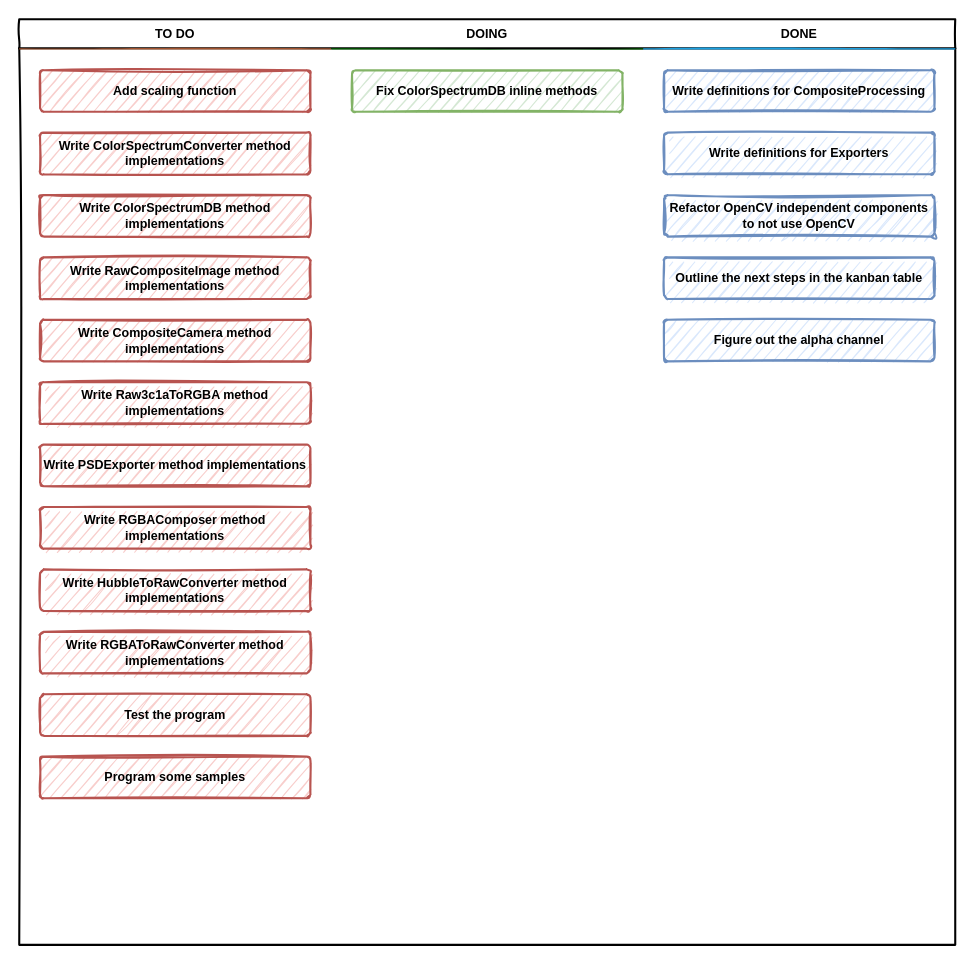
Earlier version of the draw.io diagram Docs/Kanban table.drawio (SpatiumOwl/ComplexSky-2.0). Source tidied: cells renumbered, new cells numbered last; positions are measured from the earlier drawing's top-left corner, leaving out a move shared by most shapes. Both pictures are drawn from the tidied source at 104%, with x=0, y=0 at pixel (19, 19).
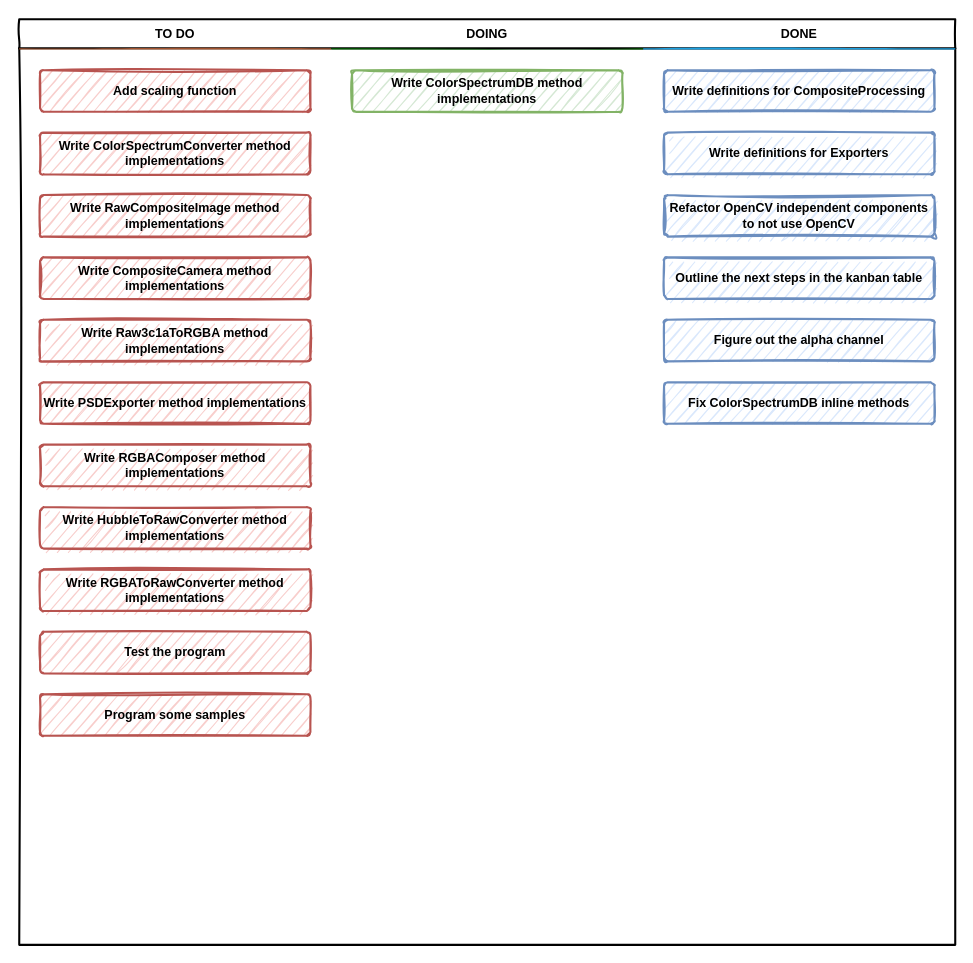
The same page after the edit.

Commit message (it also covers changes not shown here):
Added implementation for ColorSpectrumDB

The change refers to these unchanged cells:
```xml
<mxCell id="3" value="TO DO" style="swimlane;strokeWidth=2;fontFamily=Permanent Marker;html=0;startSize=1;verticalAlign=bottom;spacingBottom=5;stackBorder=20;sketch=1;strokeColor=none;fillStyle=solid;fillColor=#A0522D;" parent="2" vertex="1">
  <mxGeometry y="28" width="300" height="862" as="geometry" />
</mxCell>
<mxCell id="16" value="DOING" style="swimlane;strokeWidth=2;fontFamily=Permanent Marker;html=0;startSize=1;verticalAlign=bottom;spacingBottom=5;stackBorder=20;sketch=1;strokeColor=none;fillStyle=solid;fillColor=#006600;" parent="2" vertex="1">
  <mxGeometry x="300" y="28" width="300" height="862" as="geometry" />
</mxCell>
<mxCell id="18" value="DONE" style="swimlane;strokeWidth=2;fontFamily=Permanent Marker;html=0;startSize=1;verticalAlign=bottom;spacingBottom=5;stackBorder=20;sketch=1;strokeColor=none;fillStyle=solid;fillColor=#1BA1E2;" parent="2" vertex="1">
  <mxGeometry x="600" y="28" width="300" height="862" as="geometry" />
</mxCell>
```

Change to the diagram source:
```diff
@@
-    <mxCell id="6" value="Write ColorSpectrumDB method implementations" style="whiteSpace=wrap;html=1;strokeWidth=2;fillColor=#f8cecc;fontStyle=1;spacingTop=0;rounded=1;arcSize=9;sketch=1;fontFamily=Permanent Marker;hachureGap=8;fillWeight=1;strokeColor=#b85450;" parent="3" vertex="1">
-      <mxGeometry x="20" y="141" width="260" height="40" as="geometry" />
-    </mxCell>
     <mxCell id="7" value="Write RawCompositeImage method implementations" style="whiteSpace=wrap;html=1;strokeWidth=2;fillColor=#f8cecc;fontStyle=1;spacingTop=0;rounded=1;arcSize=9;sketch=1;fontFamily=Permanent Marker;hachureGap=8;fillWeight=1;strokeColor=#b85450;" parent="3" vertex="1">
-      <mxGeometry x="20" y="201" width="260" height="40" as="geometry" />
+      <mxGeometry x="20" y="141" width="260" height="40" as="geometry" />
     </mxCell>
     <mxCell id="8" value="Write CompositeCamera method implementations" style="whiteSpace=wrap;html=1;strokeWidth=2;fillColor=#f8cecc;fontStyle=1;spacingTop=0;rounded=1;arcSize=9;sketch=1;fontFamily=Permanent Marker;hachureGap=8;fillWeight=1;strokeColor=#b85450;" parent="3" vertex="1">
-      <mxGeometry x="20" y="261" width="260" height="40" as="geometry" />
+      <mxGeometry x="20" y="201" width="260" height="40" as="geometry" />
     </mxCell>
     <mxCell id="9" value="Write Raw3c1aToRGBA method implementations" style="whiteSpace=wrap;html=1;strokeWidth=2;fillColor=#f8cecc;fontStyle=1;spacingTop=0;rounded=1;arcSize=9;sketch=1;fontFamily=Permanent Marker;hachureGap=8;fillWeight=1;strokeColor=#b85450;" parent="3" vertex="1">
-      <mxGeometry x="20" y="321" width="260" height="40" as="geometry" />
+      <mxGeometry x="20" y="261" width="260" height="40" as="geometry" />
     </mxCell>
     <mxCell id="10" value="Write PSDExporter method implementations" style="whiteSpace=wrap;html=1;strokeWidth=2;fillColor=#f8cecc;fontStyle=1;spacingTop=0;rounded=1;arcSize=9;sketch=1;fontFamily=Permanent Marker;hachureGap=8;fillWeight=1;strokeColor=#b85450;" parent="3" vertex="1">
-      <mxGeometry x="20" y="381" width="260" height="40" as="geometry" />
+      <mxGeometry x="20" y="321" width="260" height="40" as="geometry" />
     </mxCell>
     <mxCell id="11" value="Write RGBAComposer method implementations" style="whiteSpace=wrap;html=1;strokeWidth=2;fillColor=#f8cecc;fontStyle=1;spacingTop=0;rounded=1;arcSize=9;sketch=1;fontFamily=Permanent Marker;hachureGap=8;fillWeight=1;strokeColor=#b85450;" parent="3" vertex="1">
-      <mxGeometry x="20" y="441" width="260" height="40" as="geometry" />
+      <mxGeometry x="20" y="381" width="260" height="40" as="geometry" />
     </mxCell>
     <mxCell id="12" value="Write HubbleToRawConverter method implementations" style="whiteSpace=wrap;html=1;strokeWidth=2;fillColor=#f8cecc;fontStyle=1;spacingTop=0;rounded=1;arcSize=9;sketch=1;fontFamily=Permanent Marker;hachureGap=8;fillWeight=1;strokeColor=#b85450;" parent="3" vertex="1">
-      <mxGeometry x="20" y="501" width="260" height="40" as="geometry" />
+      <mxGeometry x="20" y="441" width="260" height="40" as="geometry" />
     </mxCell>
     <mxCell id="13" value="Write RGBAToRawConverter method implementations" style="whiteSpace=wrap;html=1;strokeWidth=2;fillColor=#f8cecc;fontStyle=1;spacingTop=0;rounded=1;arcSize=9;sketch=1;fontFamily=Permanent Marker;hachureGap=8;fillWeight=1;strokeColor=#b85450;" parent="3" vertex="1">
-      <mxGeometry x="20" y="561" width="260" height="40" as="geometry" />
+      <mxGeometry x="20" y="501" width="260" height="40" as="geometry" />
     </mxCell>
     <mxCell id="14" value="Test the program" style="whiteSpace=wrap;html=1;strokeWidth=2;fillColor=#f8cecc;fontStyle=1;spacingTop=0;rounded=1;arcSize=9;sketch=1;fontFamily=Permanent Marker;hachureGap=8;fillWeight=1;strokeColor=#b85450;" parent="3" vertex="1">
-      <mxGeometry x="20" y="621" width="260" height="40" as="geometry" />
+      <mxGeometry x="20" y="561" width="260" height="40" as="geometry" />
     </mxCell>
     <mxCell id="15" value="Program some samples" style="whiteSpace=wrap;html=1;strokeWidth=2;fillColor=#f8cecc;fontStyle=1;spacingTop=0;rounded=1;arcSize=9;sketch=1;fontFamily=Permanent Marker;hachureGap=8;fillWeight=1;strokeColor=#b85450;" parent="3" vertex="1">
-      <mxGeometry x="20" y="681" width="260" height="40" as="geometry" />
+      <mxGeometry x="20" y="621" width="260" height="40" as="geometry" />
     </mxCell>
@@
-    <mxCell id="17" value="Fix ColorSpectrumDB inline methods" style="whiteSpace=wrap;html=1;strokeWidth=2;fillColor=#d5e8d4;fontStyle=1;spacingTop=0;rounded=1;arcSize=9;sketch=1;fontFamily=Permanent Marker;hachureGap=8;fillWeight=1;strokeColor=#82b366;" parent="16" vertex="1">
-      <mxGeometry x="20" y="21" width="260" height="40" as="geometry" />
-    </mxCell>
+    <mxCell id="6" value="Write ColorSpectrumDB method implementations" style="whiteSpace=wrap;html=1;strokeWidth=2;fillColor=#d5e8d4;fontStyle=1;spacingTop=0;rounded=1;arcSize=9;sketch=1;fontFamily=Permanent Marker;hachureGap=8;fillWeight=1;strokeColor=#82b366;" parent="16" vertex="1">
+      <mxGeometry x="20" y="21" width="260" height="40" as="geometry" />
+    </mxCell>
@@
+    <mxCell id="17" value="Fix ColorSpectrumDB inline methods" style="whiteSpace=wrap;html=1;strokeWidth=2;fillColor=#dae8fc;fontStyle=1;spacingTop=0;rounded=1;arcSize=9;sketch=1;fontFamily=Permanent Marker;hachureGap=8;fillWeight=1;strokeColor=#6c8ebf;" parent="18" vertex="1">
+      <mxGeometry x="20" y="321" width="260" height="40" as="geometry" />
+    </mxCell>
```
